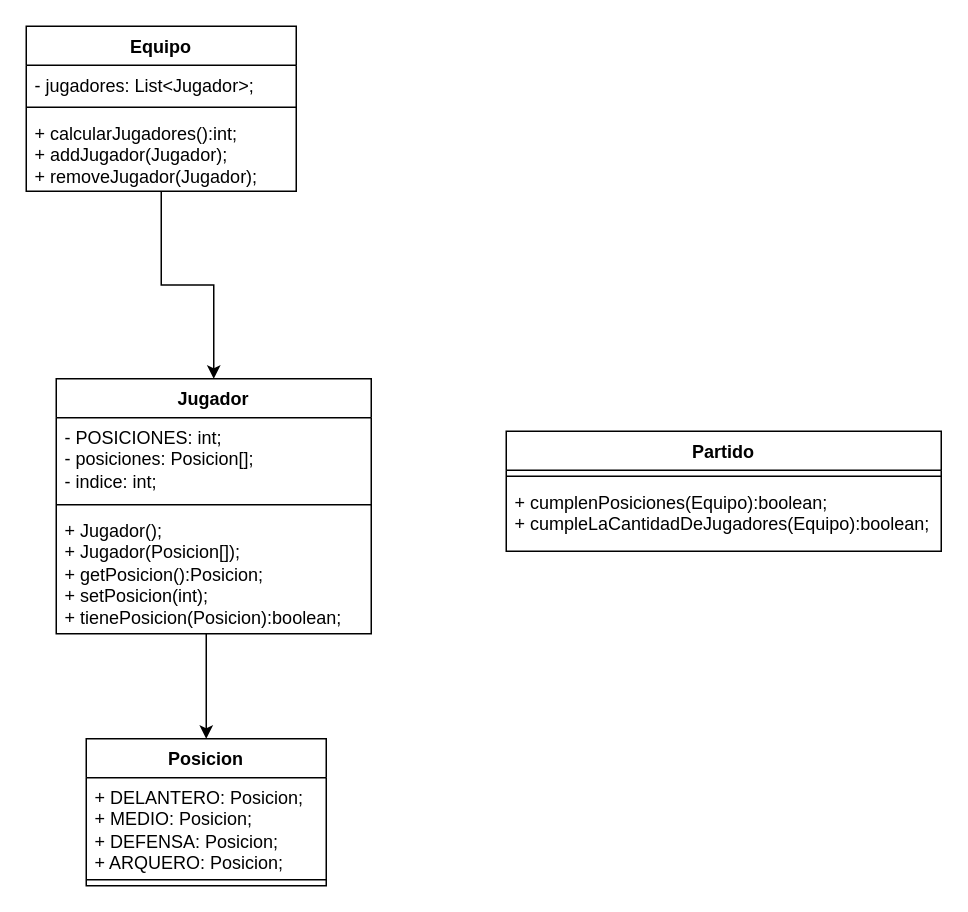
Earlier version of the draw.io diagram Futbol/SistDeGestionPartidosDeLosJueves.drawio (LucasBudnik/TL2_EXTRA). Source tidied: cells renumbered, new cells numbered last; positions are measured from the earlier drawing's top-left corner, leaving out a move shared by most shapes. Both pictures are drawn from the tidied source at 150%, with x=0, y=0 at pixel (26, 26).
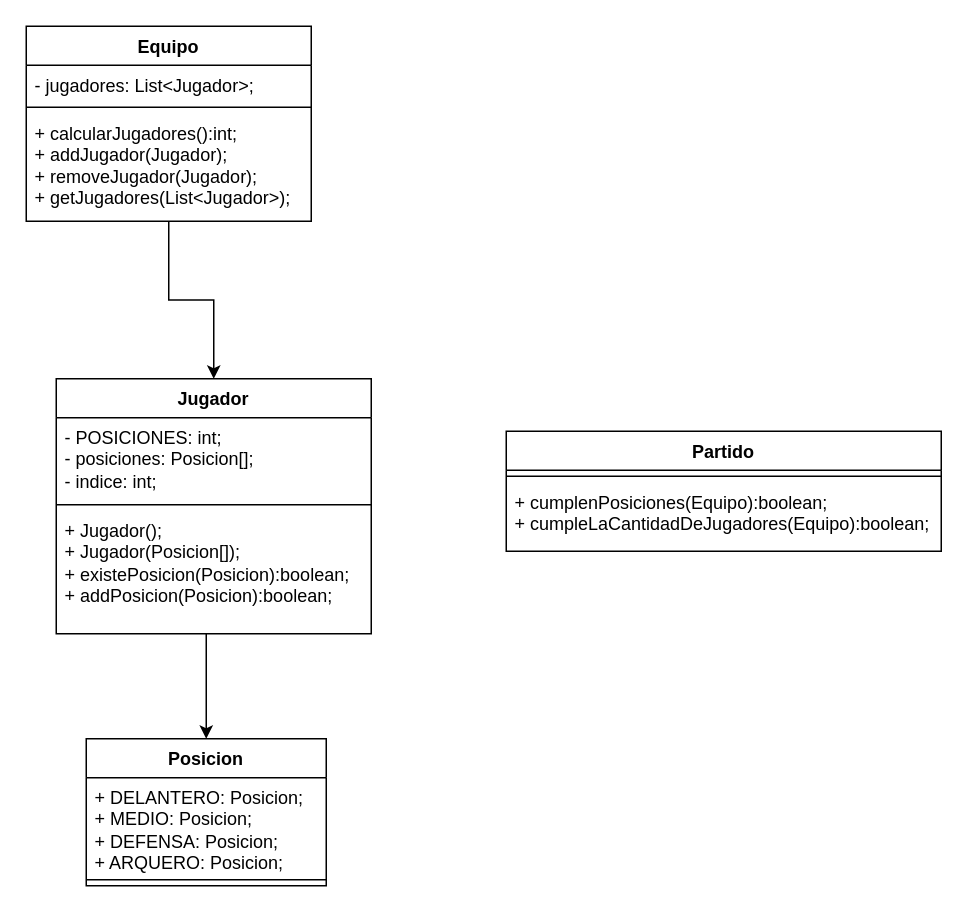
The same diagram, later.

What changed in the source:
```diff
@@
 <mxGraphModel>
   <root>
     <mxCell id="0" />
     <mxCell id="1" parent="0" />
     <mxCell id="2" value="Partido" style="swimlane;fontStyle=1;align=center;verticalAlign=top;horizontal=1;startSize=26;whiteSpace=wrap;html=1;" parent="1" vertex="1">
       <mxGeometry x="320" y="270" width="290" height="80" as="geometry" />
     </mxCell>
     <mxCell id="3" style="line;strokeWidth=1;fillColor=none;align=left;verticalAlign=middle;spacingTop=-1;spacingLeft=3;spacingRight=3;labelPosition=right;strokeColor=inherit;" parent="2" vertex="1">
       <mxGeometry y="26" width="290" height="8" as="geometry" />
     </mxCell>
     <mxCell id="4" value="+ cumplenPosiciones(Equipo):boolean;&lt;br&gt;+ cumpleLaCantidadDeJugadores(Equipo):boolean;" style="text;strokeColor=none;fillColor=none;align=left;verticalAlign=top;spacingLeft=4;spacingRight=4;overflow=hidden;whiteSpace=wrap;html=1;" parent="2" vertex="1">
       <mxGeometry y="34" width="290" height="46" as="geometry" />
     </mxCell>
     <mxCell id="5" style="edgeStyle=orthogonalEdgeStyle;rounded=0;jettySize=auto;html=1;" parent="1" edge="1" source="6" target="10">
       <mxGeometry relative="1" as="geometry" />
     </mxCell>
     <mxCell id="6" value="Equipo" style="swimlane;fontStyle=1;align=center;verticalAlign=top;horizontal=1;startSize=26;whiteSpace=wrap;html=1;" parent="1" vertex="1">
-      <mxGeometry width="180" height="110" as="geometry" />
+      <mxGeometry width="190" height="130" as="geometry" />
     </mxCell>
     <mxCell id="7" value="- jugadores: List&amp;lt;Jugador&amp;gt;;" style="text;strokeColor=none;fillColor=none;align=left;verticalAlign=top;spacingLeft=4;spacingRight=4;overflow=hidden;whiteSpace=wrap;html=1;" parent="6" vertex="1">
-      <mxGeometry y="26" width="180" height="24" as="geometry" />
+      <mxGeometry y="26" width="190" height="24" as="geometry" />
     </mxCell>
     <mxCell id="8" style="line;strokeWidth=1;fillColor=none;align=left;verticalAlign=middle;spacingTop=-1;spacingLeft=3;spacingRight=3;labelPosition=right;strokeColor=inherit;" parent="6" vertex="1">
-      <mxGeometry y="50" width="180" height="8" as="geometry" />
+      <mxGeometry y="50" width="190" height="8" as="geometry" />
     </mxCell>
-    <mxCell id="9" value="+ calcularJugadores():int;&lt;br&gt;&lt;div&gt;+ addJugador(Jugador);&lt;/div&gt;&lt;div&gt;+ removeJugador(Jugador);&lt;/div&gt;" style="text;strokeColor=none;fillColor=none;align=left;verticalAlign=top;spacingLeft=4;spacingRight=4;overflow=hidden;whiteSpace=wrap;html=1;" parent="6" vertex="1">
-      <mxGeometry y="58" width="180" height="52" as="geometry" />
+    <mxCell id="9" value="+ calcularJugadores():int;&lt;br&gt;&lt;div&gt;+ addJugador(Jugador);&lt;/div&gt;&lt;div&gt;+ removeJugador(Jugador);&lt;/div&gt;+ getJugadores(List&amp;lt;Jugador&amp;gt;);" style="text;strokeColor=none;fillColor=none;align=left;verticalAlign=top;spacingLeft=4;spacingRight=4;overflow=hidden;whiteSpace=wrap;html=1;" parent="6" vertex="1">
+      <mxGeometry y="58" width="190" height="72" as="geometry" />
     </mxCell>
     <mxCell id="10" value="Jugador" style="swimlane;fontStyle=1;align=center;verticalAlign=top;horizontal=1;startSize=26;whiteSpace=wrap;html=1;" parent="1" vertex="1">
       <mxGeometry x="20" y="235" width="210" height="170" as="geometry" />
     </mxCell>
     <mxCell id="11" value="- POSICIONES: int;&lt;br&gt;- posiciones: Posicion[];&lt;br&gt;- indice: int;" style="text;strokeColor=none;fillColor=none;align=left;verticalAlign=top;spacingLeft=4;spacingRight=4;overflow=hidden;whiteSpace=wrap;html=1;" parent="10" vertex="1">
       <mxGeometry y="26" width="210" height="54" as="geometry" />
     </mxCell>
     <mxCell id="12" style="line;strokeWidth=1;fillColor=none;align=left;verticalAlign=middle;spacingTop=-1;spacingLeft=3;spacingRight=3;labelPosition=right;strokeColor=inherit;" parent="10" vertex="1">
       <mxGeometry y="80" width="210" height="8" as="geometry" />
     </mxCell>
-    <mxCell id="13" value="+ Jugador();&lt;br&gt;+ Jugador(Posicion[]);&lt;br&gt;+ getPosicion():Posicion;&lt;br&gt;+ setPosicion(int);&lt;br&gt;+ tienePosicion(Posicion):boolean;" style="text;strokeColor=none;fillColor=none;align=left;verticalAlign=top;spacingLeft=4;spacingRight=4;overflow=hidden;points=[[0,0.5],[1,0.5]];portConstraint=eastwest;whiteSpace=wrap;html=1;" parent="10" vertex="1">
+    <mxCell id="13" value="+ Jugador();&lt;br&gt;+ Jugador(Posicion[]);&lt;br&gt;+ existePosicion(Posicion):boolean;&lt;br&gt;+ addPosicion(Posicion):boolean;&lt;div&gt;&lt;br/&gt;&lt;/div&gt;" style="text;strokeColor=none;fillColor=none;align=left;verticalAlign=top;spacingLeft=4;spacingRight=4;overflow=hidden;points=[[0,0.5],[1,0.5]];portConstraint=eastwest;whiteSpace=wrap;html=1;" parent="10" vertex="1">
       <mxGeometry y="88" width="210" height="82" as="geometry" />
     </mxCell>
     <mxCell id="14" value="Posicion" style="swimlane;fontStyle=1;align=center;verticalAlign=top;horizontal=1;startSize=26;whiteSpace=wrap;html=1;" parent="1" vertex="1">
       <mxGeometry x="40" y="475" width="160" height="98" as="geometry" />
     </mxCell>
     <mxCell id="15" value="+ DELANTERO: Posicion;&lt;br&gt;+ MEDIO: Posicion;&lt;br&gt;+ DEFENSA: Posicion;&lt;br&gt;+ ARQUERO: Posicion;" style="text;strokeColor=none;fillColor=none;align=left;verticalAlign=top;spacingLeft=4;spacingRight=4;overflow=hidden;whiteSpace=wrap;html=1;" parent="14" vertex="1">
       <mxGeometry y="26" width="160" height="64" as="geometry" />
     </mxCell>
     <mxCell id="16" style="line;strokeWidth=1;fillColor=none;align=left;verticalAlign=middle;spacingTop=-1;spacingLeft=3;spacingRight=3;labelPosition=right;strokeColor=inherit;" parent="14" vertex="1">
       <mxGeometry y="90" width="160" height="8" as="geometry" />
     </mxCell>
     <mxCell id="17" style="edgeStyle=orthogonalEdgeStyle;rounded=0;jettySize=auto;html=1;entryX=0.5;entryY=0;entryDx=0;entryDy=0;" parent="1" edge="1" source="13" target="14">
       <mxGeometry relative="1" as="geometry">
         <Array as="points">
           <mxPoint x="120" y="415" />
           <mxPoint x="120" y="415" />
         </Array>
       </mxGeometry>
     </mxCell>
   </root>
 </mxGraphModel>
```
